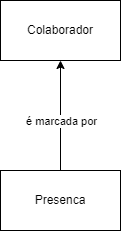
Before: analise/mer/presenca.drawio.png, a diagram exported from draw.io (leandroalveswork/horah). Source tidied: cells renumbered, new cells last; positions are measured from the earlier drawing's top-left corner, leaving out a move shared by most shapes. Source of this version:
```xml
<mxGraphModel>
  <root>
    <mxCell id="0" />
    <mxCell id="1" parent="0" />
    <mxCell id="2" value="Colaborador" style="rounded=0;whiteSpace=wrap;html=1;" parent="1" vertex="1">
      <mxGeometry width="120" height="60" as="geometry" />
    </mxCell>
    <mxCell id="3" style="edgeStyle=none;html=1;" parent="1" edge="1" source="5" target="2">
      <mxGeometry relative="1" as="geometry" />
    </mxCell>
    <mxCell id="4" value="é marcada por" style="edgeLabel;html=1;align=center;verticalAlign=middle;" parent="3" vertex="1">
      <mxGeometry x="-0.3" y="-1" relative="1" as="geometry">
        <mxPoint x="-1" y="-11" as="offset" />
      </mxGeometry>
    </mxCell>
    <mxCell id="5" value="Presenca" style="rounded=0;whiteSpace=wrap;html=1;" parent="1" vertex="1">
      <mxGeometry y="170" width="120" height="60" as="geometry" />
    </mxCell>
  </root>
</mxGraphModel>
```
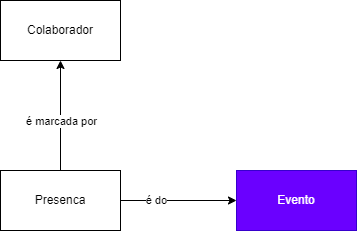
The same diagram one commit later.

Change to the diagram source:
```diff
@@ -13,8 +13,17 @@
         <mxPoint x="-1" y="-11" as="offset" />
       </mxGeometry>
     </mxCell>
+    <mxCell id="6" style="edgeStyle=none;html=1;" parent="1" edge="1" source="5" target="8">
+      <mxGeometry relative="1" as="geometry" />
+    </mxCell>
+    <mxCell id="7" value="é do" style="edgeLabel;html=1;align=center;verticalAlign=middle;" parent="6" vertex="1">
+      <mxGeometry x="-0.4" y="1" relative="1" as="geometry" />
+    </mxCell>
     <mxCell id="5" value="Presenca" style="rounded=0;whiteSpace=wrap;html=1;" parent="1" vertex="1">
       <mxGeometry y="170" width="120" height="60" as="geometry" />
     </mxCell>
+    <mxCell id="8" value="Evento" style="rounded=0;whiteSpace=wrap;html=1;fillColor=#6a00ff;fontColor=#ffffff;strokeColor=#3700CC;" parent="1" vertex="1">
+      <mxGeometry x="236" y="170" width="120" height="60" as="geometry" />
+    </mxCell>
   </root>
 </mxGraphModel>
```
